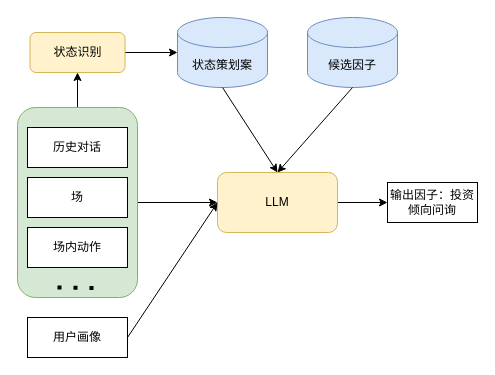
Earlier version of the draw.io diagram 因子编排.drawio (ZhangHammer/ZhangHammer). Source tidied: cells renumbered, new cells numbered last; positions are measured from the earlier drawing's top-left corner, leaving out a move shared by most shapes. Both pictures are drawn from the tidied source at 100%, with x=0, y=0 at pixel (17, 17).
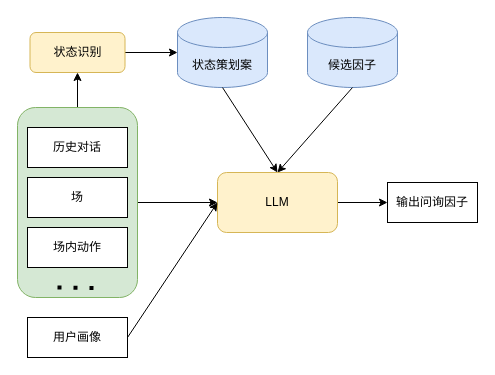
Above is the later version.

The edit, as a diff of the source:
```diff
@@
-    <mxCell id="19" value="输出因子：投资倾向问询" style="rounded=0;whiteSpace=wrap;html=1;" parent="1" vertex="1">
+    <mxCell id="19" value="输出问询因子" style="rounded=0;whiteSpace=wrap;html=1;" parent="1" vertex="1">
       <mxGeometry x="370" y="165" width="90" height="40" as="geometry" />
     </mxCell>
```
